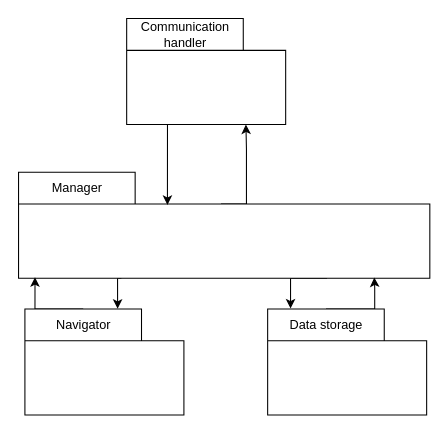
This is system model/Plant_Disease_Detector/System architecture manager.drawio from SyedMuhammadAbisRizvi/Autonomous-B, a draw.io file, before an edit. Source tidied: cells renumbered, new cells numbered last; positions are measured from the earlier drawing's top-left corner, leaving out a move shared by most shapes. Both pictures are drawn from the tidied source at 106%, with x=0, y=0 at pixel (18, 18).
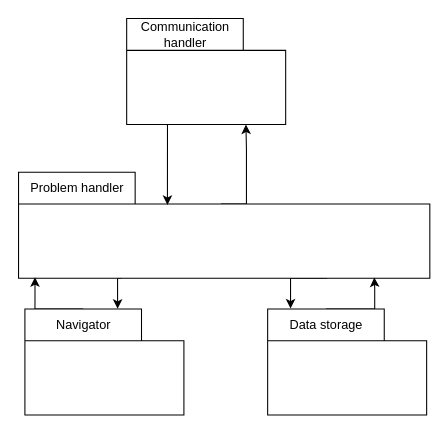
The same diagram, later.

What changed in the source:
```diff
@@
-    <mxCell id="5" value="&lt;span style=&quot;font-weight: 400;&quot;&gt;Manager&lt;/span&gt;" style="shape=folder;fontStyle=1;tabWidth=110;tabHeight=30;tabPosition=left;html=1;boundedLbl=1;labelInHeader=1;" parent="1" vertex="1">
+    <mxCell id="5" value="&lt;span style=&quot;font-weight: 400;&quot;&gt;Problem handler&lt;/span&gt;" style="shape=folder;fontStyle=1;tabWidth=110;tabHeight=30;tabPosition=left;html=1;boundedLbl=1;labelInHeader=1;" parent="1" vertex="1">
       <mxGeometry y="145" width="388" height="100" as="geometry" />
     </mxCell>
```
